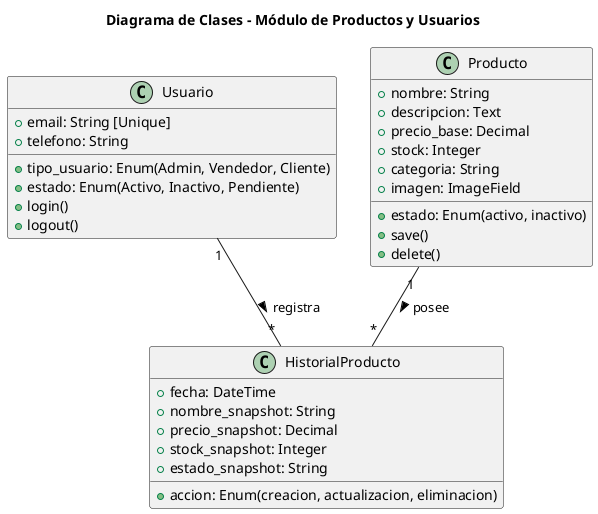
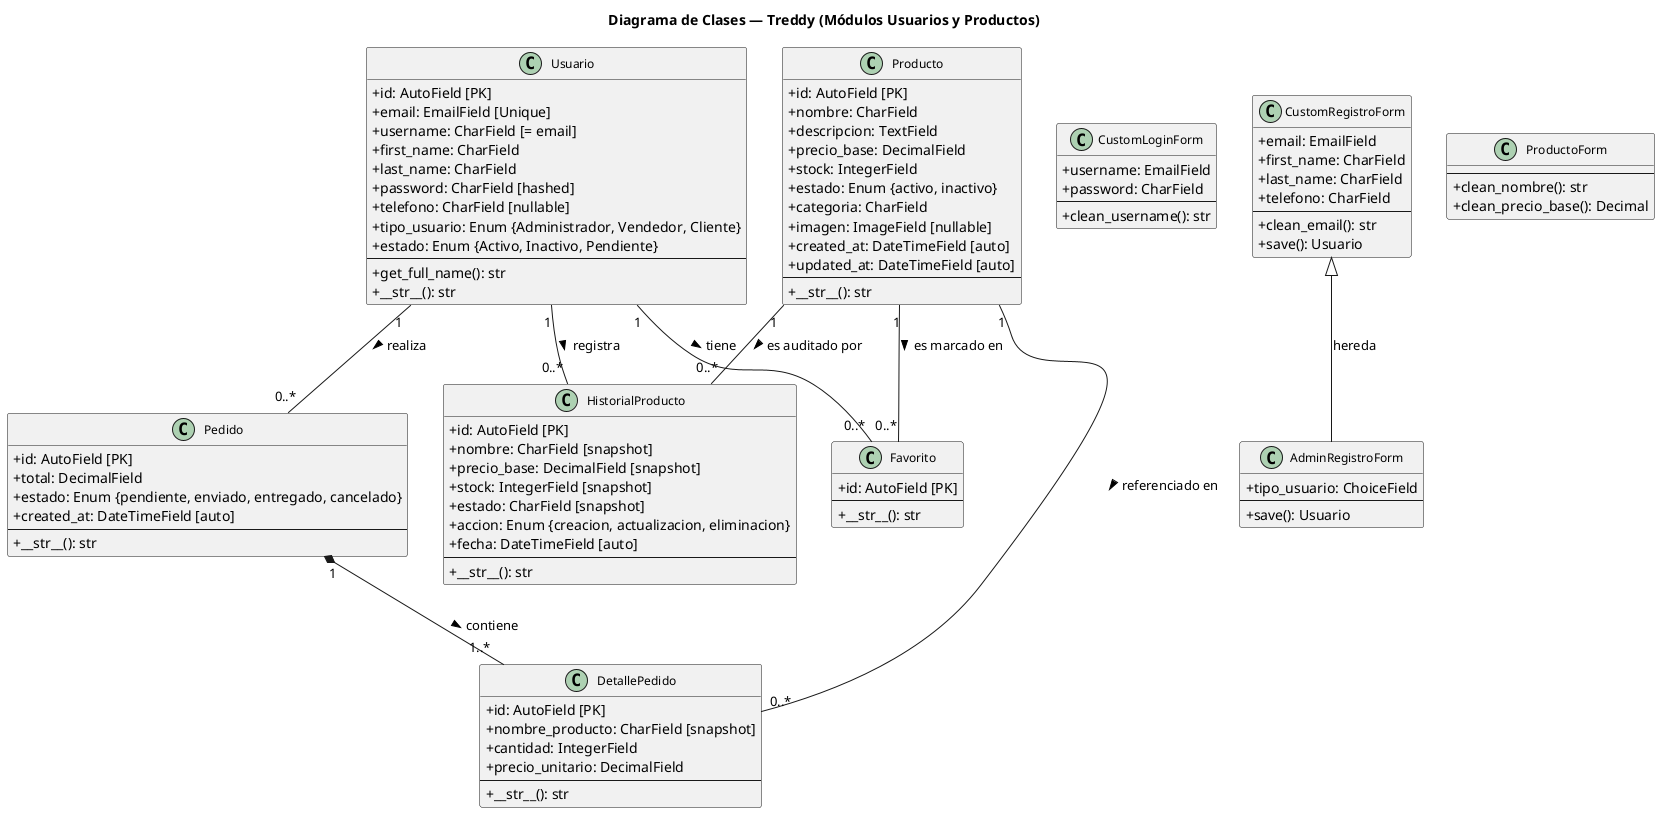
- @startuml
- title Diagrama de Clases - Módulo de Productos y Usuarios
+ @startuml diagrama_clases
+ title Diagrama de Clases — Treddy (Módulos Usuarios y Productos)
+ skinparam classAttributeIconSize 0
+ skinparam classFontSize 12

+ ' ── Módulo Usuarios ──────────────────────────────────────
class Usuario {
-     + email: String [Unique]
-     + telefono: String
-     + tipo_usuario: Enum(Admin, Vendedor, Cliente)
-     + estado: Enum(Activo, Inactivo, Pendiente)
-     + login()
-     + logout()
+     + id: AutoField [PK]
+     + email: EmailField [Unique]
+     + username: CharField [= email]
+     + first_name: CharField
+     + last_name: CharField
+     + password: CharField [hashed]
+     + telefono: CharField [nullable]
+     + tipo_usuario: Enum {Administrador, Vendedor, Cliente}
+     + estado: Enum {Activo, Inactivo, Pendiente}
+     --
+     + get_full_name(): str
+     + __str__(): str
}

+ ' ── Módulo Productos ─────────────────────────────────────
class Producto {
-     + nombre: String
-     + descripcion: Text
-     + precio_base: Decimal
-     + stock: Integer
-     + estado: Enum(activo, inactivo)
-     + categoria: String
-     + imagen: ImageField
-     + save()
-     + delete()
+     + id: AutoField [PK]
+     + nombre: CharField
+     + descripcion: TextField
+     + precio_base: DecimalField
+     + stock: IntegerField
+     + estado: Enum {activo, inactivo}
+     + categoria: CharField
+     + imagen: ImageField [nullable]
+     + created_at: DateTimeField [auto]
+     + updated_at: DateTimeField [auto]
+     --
+     + __str__(): str
}

class HistorialProducto {
-     + accion: Enum(creacion, actualizacion, eliminacion)
-     + fecha: DateTime
-     + nombre_snapshot: String
-     + precio_snapshot: Decimal
-     + stock_snapshot: Integer
-     + estado_snapshot: String
+     + id: AutoField [PK]
+     + nombre: CharField [snapshot]
+     + precio_base: DecimalField [snapshot]
+     + stock: IntegerField [snapshot]
+     + estado: CharField [snapshot]
+     + accion: Enum {creacion, actualizacion, eliminacion}
+     + fecha: DateTimeField [auto]
+     --
+     + __str__(): str
}

- Usuario "1" -- "*" HistorialProducto : registra >
- Producto "1" -- "*" HistorialProducto : posee >
+ ' ── Módulo E-Commerce ─────────────────────────────────────
+ class Favorito {
+     + id: AutoField [PK]
+     --
+     + __str__(): str
+ }
+ 
+ class Pedido {
+     + id: AutoField [PK]
+     + total: DecimalField
+     + estado: Enum {pendiente, enviado, entregado, cancelado}
+     + created_at: DateTimeField [auto]
+     --
+     + __str__(): str
+ }
+ 
+ class DetallePedido {
+     + id: AutoField [PK]
+     + nombre_producto: CharField [snapshot]
+     + cantidad: IntegerField
+     + precio_unitario: DecimalField
+     --
+     + __str__(): str
+ }
+ 
+ ' ── Formularios (Boundaries) ─────────────────────────────
+ class CustomLoginForm {
+     + username: EmailField
+     + password: CharField
+     --
+     + clean_username(): str
+ }
+ 
+ class CustomRegistroForm {
+     + email: EmailField
+     + first_name: CharField
+     + last_name: CharField
+     + telefono: CharField
+     --
+     + clean_email(): str
+     + save(): Usuario
+ }
+ 
+ class AdminRegistroForm {
+     + tipo_usuario: ChoiceField
+     --
+     + save(): Usuario
+ }
+ 
+ class ProductoForm {
+     --
+     + clean_nombre(): str
+     + clean_precio_base(): Decimal
+ }
+ 
+ ' ── Relaciones ───────────────────────────────────────────
+ Usuario "1" -- "0..*" HistorialProducto : registra >
+ Producto "1" -- "0..*" HistorialProducto : es auditado por >
+ 
+ Usuario "1" -- "0..*" Favorito : tiene >
+ Producto "1" -- "0..*" Favorito : es marcado en >
+ 
+ Usuario "1" -- "0..*" Pedido : realiza >
+ Pedido "1" *-- "1..*" DetallePedido : contiene >
+ Producto "1" -- "0..*" DetallePedido : referenciado en >
+ 
+ CustomRegistroForm <|-- AdminRegistroForm : hereda

@enduml
